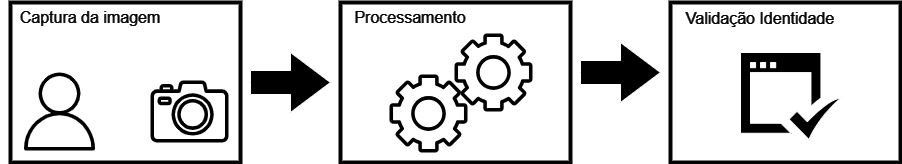
SamirAraujo/CV-2024-2Q keeps this draw.io diagram as Projeto/diagrama_funcional.png. Above is the earlier version. Source tidied: cells renumbered, new cells last; positions are measured from the earlier drawing's top-left corner, leaving out a move shared by most shapes. Source of this version:
```xml
<mxGraphModel background="#000000">
  <root>
    <mxCell id="0" />
    <mxCell id="1" parent="0" />
    <mxCell id="2" style="rounded=0;whiteSpace=wrap;html=1;strokeColor=#FCFCFC;fillColor=#000000;strokeWidth=4;" parent="1" vertex="1">
      <mxGeometry x="340" width="230" height="160" as="geometry" />
    </mxCell>
    <mxCell id="3" style="rounded=0;whiteSpace=wrap;html=1;strokeColor=#FCFCFC;fillColor=#000000;strokeWidth=4;" parent="1" vertex="1">
      <mxGeometry x="10" width="230" height="160" as="geometry" />
    </mxCell>
    <mxCell id="4" style="sketch=0;dashed=0;verticalLabelPosition=bottom;verticalAlign=top;align=center;html=1;fontSize=12;fontStyle=0;shape=mxgraph.aws4.user;" parent="1" vertex="1">
      <mxGeometry x="20" y="70" width="78" height="78" as="geometry" />
    </mxCell>
    <mxCell id="5" style="sketch=0;dashed=0;verticalLabelPosition=bottom;verticalAlign=top;align=center;html=1;fontSize=12;fontStyle=0;shape=mxgraph.aws4.camera2;" parent="1" vertex="1">
      <mxGeometry x="150" y="78" width="78" height="62" as="geometry" />
    </mxCell>
    <mxCell id="6" value="&lt;font style=&quot;font-size: 16px;&quot; color=&quot;#fcfcfc&quot;&gt;Captura da imagem&lt;/font&gt;" style="text;html=1;align=center;verticalAlign=middle;whiteSpace=wrap;rounded=0;" parent="1" vertex="1">
      <mxGeometry width="180" height="30" as="geometry" />
    </mxCell>
    <mxCell id="7" style="sketch=0;dashed=0;verticalLabelPosition=bottom;verticalAlign=top;align=center;html=1;fontSize=12;fontStyle=0;shape=mxgraph.aws4.gear;" parent="1" vertex="1">
      <mxGeometry x="389" y="72" width="78" height="78" as="geometry" />
    </mxCell>
    <mxCell id="8" style="sketch=0;dashed=0;verticalLabelPosition=bottom;verticalAlign=top;align=center;html=1;fontSize=12;fontStyle=0;shape=mxgraph.aws4.gear;" parent="1" vertex="1">
      <mxGeometry x="454" y="31" width="78" height="78" as="geometry" />
    </mxCell>
    <mxCell id="9" style="html=1;shadow=0;dashed=0;align=center;verticalAlign=middle;shape=mxgraph.arrows2.arrow;dy=0.6;dx=40;notch=0;" parent="1" vertex="1">
      <mxGeometry x="250" y="50" width="80" height="60" as="geometry" />
    </mxCell>
    <mxCell id="10" style="rounded=0;whiteSpace=wrap;html=1;strokeColor=#FCFCFC;fillColor=#000000;strokeWidth=4;" parent="1" vertex="1">
      <mxGeometry x="670" width="230" height="160" as="geometry" />
    </mxCell>
    <mxCell id="11" style="html=1;shadow=0;dashed=0;align=center;verticalAlign=middle;shape=mxgraph.arrows2.arrow;dy=0.6;dx=40;notch=0;" parent="1" vertex="1">
      <mxGeometry x="580" y="40" width="80" height="60" as="geometry" />
    </mxCell>
    <mxCell id="12" value="&lt;font style=&quot;font-size: 16px;&quot; color=&quot;#fcfcfc&quot;&gt;Processamento&lt;/font&gt;" style="text;html=1;align=center;verticalAlign=middle;whiteSpace=wrap;rounded=0;" parent="1" vertex="1">
      <mxGeometry x="320" width="180" height="30" as="geometry" />
    </mxCell>
    <mxCell id="13" style="sketch=0;html=1;shadow=0;verticalAlign=top;labelPosition=center;verticalLabelPosition=bottom;shape=mxgraph.gcp2.check_available;" parent="1" vertex="1">
      <mxGeometry x="740" y="50" width="100" height="87" as="geometry" />
    </mxCell>
    <mxCell id="14" value="&lt;font style=&quot;font-size: 16px;&quot; color=&quot;#fcfcfc&quot;&gt;Validação Identidade&lt;/font&gt;" style="text;html=1;align=center;verticalAlign=middle;whiteSpace=wrap;rounded=0;" parent="1" vertex="1">
      <mxGeometry x="670" y="1" width="180" height="30" as="geometry" />
    </mxCell>
  </root>
</mxGraphModel>
```
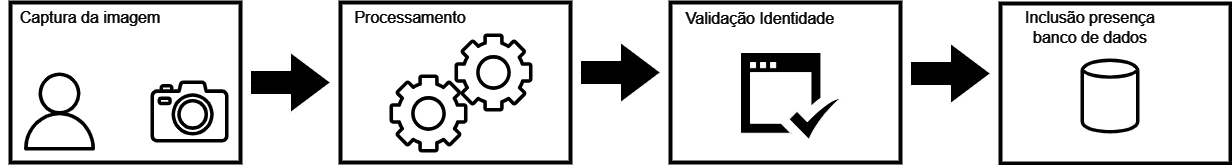
After the commit.

Commit message:
add ajuste modelagem funcional

What changed in the source:
```diff
@@ -41,5 +41,17 @@
     <mxCell id="14" value="&lt;font style=&quot;font-size: 16px;&quot; color=&quot;#fcfcfc&quot;&gt;Validação Identidade&lt;/font&gt;" style="text;html=1;align=center;verticalAlign=middle;whiteSpace=wrap;rounded=0;" parent="1" vertex="1">
       <mxGeometry x="670" y="1" width="180" height="30" as="geometry" />
     </mxCell>
+    <mxCell id="15" style="rounded=0;whiteSpace=wrap;html=1;strokeColor=#FCFCFC;fillColor=#000000;strokeWidth=4;" parent="1" vertex="1">
+      <mxGeometry x="1000" y="1" width="230" height="160" as="geometry" />
+    </mxCell>
+    <mxCell id="16" style="html=1;shadow=0;dashed=0;align=center;verticalAlign=middle;shape=mxgraph.arrows2.arrow;dy=0.6;dx=40;notch=0;" parent="1" vertex="1">
+      <mxGeometry x="910" y="41" width="80" height="60" as="geometry" />
+    </mxCell>
+    <mxCell id="17" value="&lt;font style=&quot;font-size: 16px;&quot; color=&quot;#fcfcfc&quot;&gt;Inclusão presença&lt;/font&gt;&lt;div&gt;&lt;span style=&quot;font-size: 16px; color: rgb(252, 252, 252); background-color: initial;&quot;&gt;banco de dados&lt;/span&gt;&lt;/div&gt;" style="text;html=1;align=center;verticalAlign=middle;whiteSpace=wrap;rounded=0;" parent="1" vertex="1">
+      <mxGeometry x="1000" y="10" width="180" height="30" as="geometry" />
+    </mxCell>
+    <mxCell id="18" style="sketch=0;fontColor=#232F3E;gradientColor=none;fillColor=#FCFCFC;strokeColor=none;dashed=0;verticalLabelPosition=bottom;verticalAlign=top;align=center;html=1;fontSize=12;fontStyle=0;shape=mxgraph.aws4.generic_database;" parent="1" vertex="1">
+      <mxGeometry x="1080" y="54.5" width="59" height="78" as="geometry" />
+    </mxCell>
   </root>
 </mxGraphModel>
```
